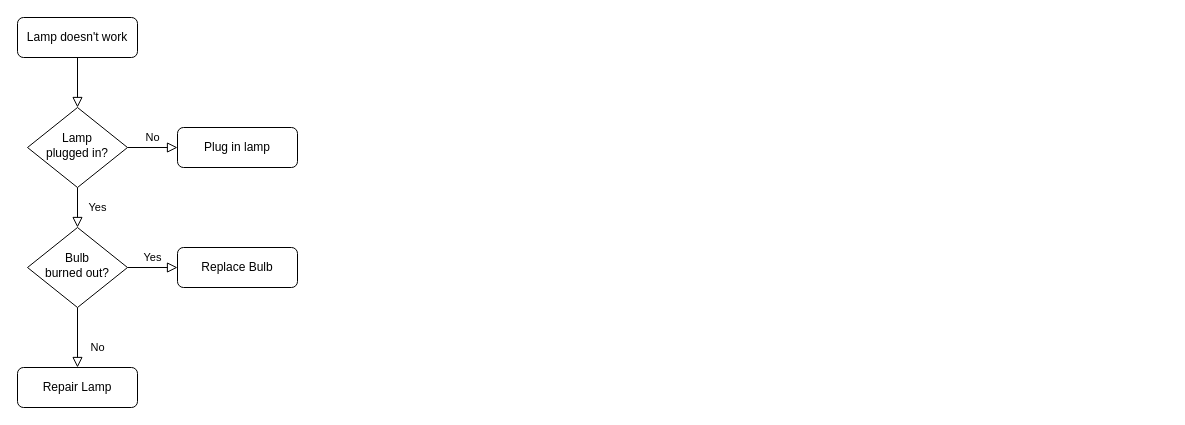
DiAyTiGitHub/HRM-Linh-Anh-Aesthetic-Clinic keeps this draw.io diagram as documents/Untitled Diagram.drawio. Above is the earlier version. Source tidied: cells renumbered, new cells numbered last; positions are measured from the earlier drawing's top-left corner, leaving out a move shared by most shapes. Both pictures are drawn from the tidied source at 100%, with x=0, y=0 at pixel (17, 17).
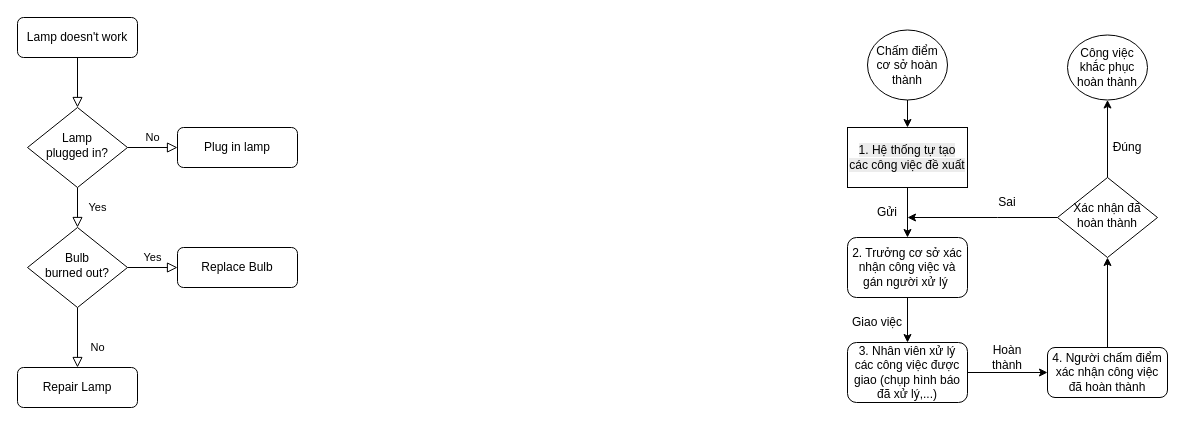
The same diagram, later.

Commit message:
GlobitsIC_TicketFlow

Change to the diagram source:
```diff
@@
+    <mxCell id="13" style="edgeStyle=orthogonalEdgeStyle;rounded=0;jettySize=auto;html=1;exitX=0.5;exitY=1;exitDx=0;exitDy=0;entryX=0.5;entryY=0;entryDx=0;entryDy=0;" parent="1" edge="1" source="14" target="21">
+      <mxGeometry relative="1" as="geometry" />
+    </mxCell>
+    <mxCell id="14" value="Chấm điểm cơ sở hoàn thành" style="ellipse;whiteSpace=wrap;html=1;" parent="1" vertex="1">
+      <mxGeometry x="850" y="12.5" width="80" height="70" as="geometry" />
+    </mxCell>
+    <mxCell id="15" style="edgeStyle=orthogonalEdgeStyle;rounded=0;jettySize=auto;html=1;exitX=0.5;exitY=1;exitDx=0;exitDy=0;" parent="1" edge="1" source="21" target="17">
+      <mxGeometry relative="1" as="geometry" />
+    </mxCell>
+    <mxCell id="16" style="edgeStyle=orthogonalEdgeStyle;rounded=0;jettySize=auto;html=1;exitX=0.5;exitY=1;exitDx=0;exitDy=0;entryX=0.5;entryY=0;entryDx=0;entryDy=0;" parent="1" edge="1" source="17" target="18">
+      <mxGeometry relative="1" as="geometry" />
+    </mxCell>
+    <mxCell id="17" value="2. Trưởng cơ sở xác nhận công việc và gán người xử lý&amp;nbsp;" style="rounded=1;whiteSpace=wrap;html=1;" parent="1" vertex="1">
+      <mxGeometry x="830" y="220" width="120" height="60" as="geometry" />
+    </mxCell>
+    <mxCell id="18" value="3. Nhân viên xử lý các công việc được giao (chụp hình báo đã xử lý,...)" style="rounded=1;whiteSpace=wrap;html=1;" parent="1" vertex="1">
+      <mxGeometry x="830" y="325" width="120" height="60" as="geometry" />
+    </mxCell>
+    <mxCell id="19" value="4. Người chấm điểm xác nhận công việc đã hoàn thành" style="rounded=1;whiteSpace=wrap;html=1;fontSize=12;glass=0;strokeWidth=1;shadow=0;" parent="1" vertex="1">
+      <mxGeometry x="1030" y="330" width="120" height="50" as="geometry" />
+    </mxCell>
+    <mxCell id="20" value="Xác nhận đã hoàn thành" style="rhombus;whiteSpace=wrap;html=1;shadow=0;fontFamily=Helvetica;fontSize=12;align=center;strokeWidth=1;spacing=6;spacingTop=-4;" parent="1" vertex="1">
+      <mxGeometry x="1040" y="160" width="100" height="80" as="geometry" />
+    </mxCell>
+    <mxCell id="21" value="&lt;br&gt;&lt;span style=&quot;color: rgb(0, 0, 0); font-family: Helvetica; font-size: 12px; font-style: normal; font-variant-ligatures: normal; font-variant-caps: normal; font-weight: 400; letter-spacing: normal; orphans: 2; text-align: center; text-indent: 0px; text-transform: none; widows: 2; word-spacing: 0px; -webkit-text-stroke-width: 0px; white-space: normal; background-color: rgb(236, 236, 236); text-decoration-thickness: initial; text-decoration-style: initial; text-decoration-color: initial; float: none; display: inline !important;&quot;&gt;1. Hệ thống tự tạo các công việc đề xuất&lt;/span&gt;&lt;div&gt;&lt;br&gt;&lt;/div&gt;" style="rounded=0;whiteSpace=wrap;html=1;" parent="1" vertex="1">
+      <mxGeometry x="830" y="110" width="120" height="60" as="geometry" />
+    </mxCell>
+    <mxCell id="22" style="endArrow=classic;html=1;rounded=0;exitX=1;exitY=0.5;exitDx=0;exitDy=0;entryX=0;entryY=0.5;entryDx=0;entryDy=0;" parent="1" edge="1" source="18" target="19">
+      <mxGeometry relative="1" as="geometry" />
+    </mxCell>
+    <mxCell id="23" style="endArrow=classic;html=1;rounded=0;exitX=0.5;exitY=0;exitDx=0;exitDy=0;entryX=0.5;entryY=1;entryDx=0;entryDy=0;" parent="1" edge="1" source="19" target="20">
+      <mxGeometry relative="1" as="geometry" />
+    </mxCell>
+    <mxCell id="24" style="endArrow=classic;html=1;rounded=0;exitX=0;exitY=0.5;exitDx=0;exitDy=0;" parent="1" edge="1" source="20">
+      <mxGeometry relative="1" as="geometry">
+        <mxPoint x="890" y="200" as="targetPoint" />
+        <Array as="points">
+          <mxPoint x="980" y="200" />
+        </Array>
+      </mxGeometry>
+    </mxCell>
+    <mxCell id="25" value="Công việc khắc phục hoàn thành" style="ellipse;whiteSpace=wrap;html=1;" parent="1" vertex="1">
+      <mxGeometry x="1050" y="17.5" width="80" height="65" as="geometry" />
+    </mxCell>
+    <mxCell id="26" style="endArrow=classic;html=1;rounded=0;entryX=0.5;entryY=1;entryDx=0;entryDy=0;" parent="1" edge="1" source="20" target="25">
+      <mxGeometry relative="1" as="geometry" />
+    </mxCell>
+    <mxCell id="27" value="Sai" style="text;html=1;align=center;verticalAlign=middle;whiteSpace=wrap;rounded=0;" parent="1" vertex="1">
+      <mxGeometry x="960" y="170" width="60" height="30" as="geometry" />
+    </mxCell>
+    <mxCell id="28" value="Đúng" style="text;html=1;align=center;verticalAlign=middle;whiteSpace=wrap;rounded=0;" parent="1" vertex="1">
+      <mxGeometry x="1080" y="115" width="60" height="30" as="geometry" />
+    </mxCell>
+    <mxCell id="29" value="Gửi" style="text;html=1;align=center;verticalAlign=middle;whiteSpace=wrap;rounded=0;" parent="1" vertex="1">
+      <mxGeometry x="840" y="180" width="60" height="30" as="geometry" />
+    </mxCell>
+    <mxCell id="30" value="Giao việc" style="text;html=1;align=center;verticalAlign=middle;whiteSpace=wrap;rounded=0;" parent="1" vertex="1">
+      <mxGeometry x="830" y="290" width="60" height="30" as="geometry" />
+    </mxCell>
+    <mxCell id="31" value="Hoàn thành" style="text;html=1;align=center;verticalAlign=middle;whiteSpace=wrap;rounded=0;" parent="1" vertex="1">
+      <mxGeometry x="960" y="325" width="60" height="30" as="geometry" />
+    </mxCell>
```
